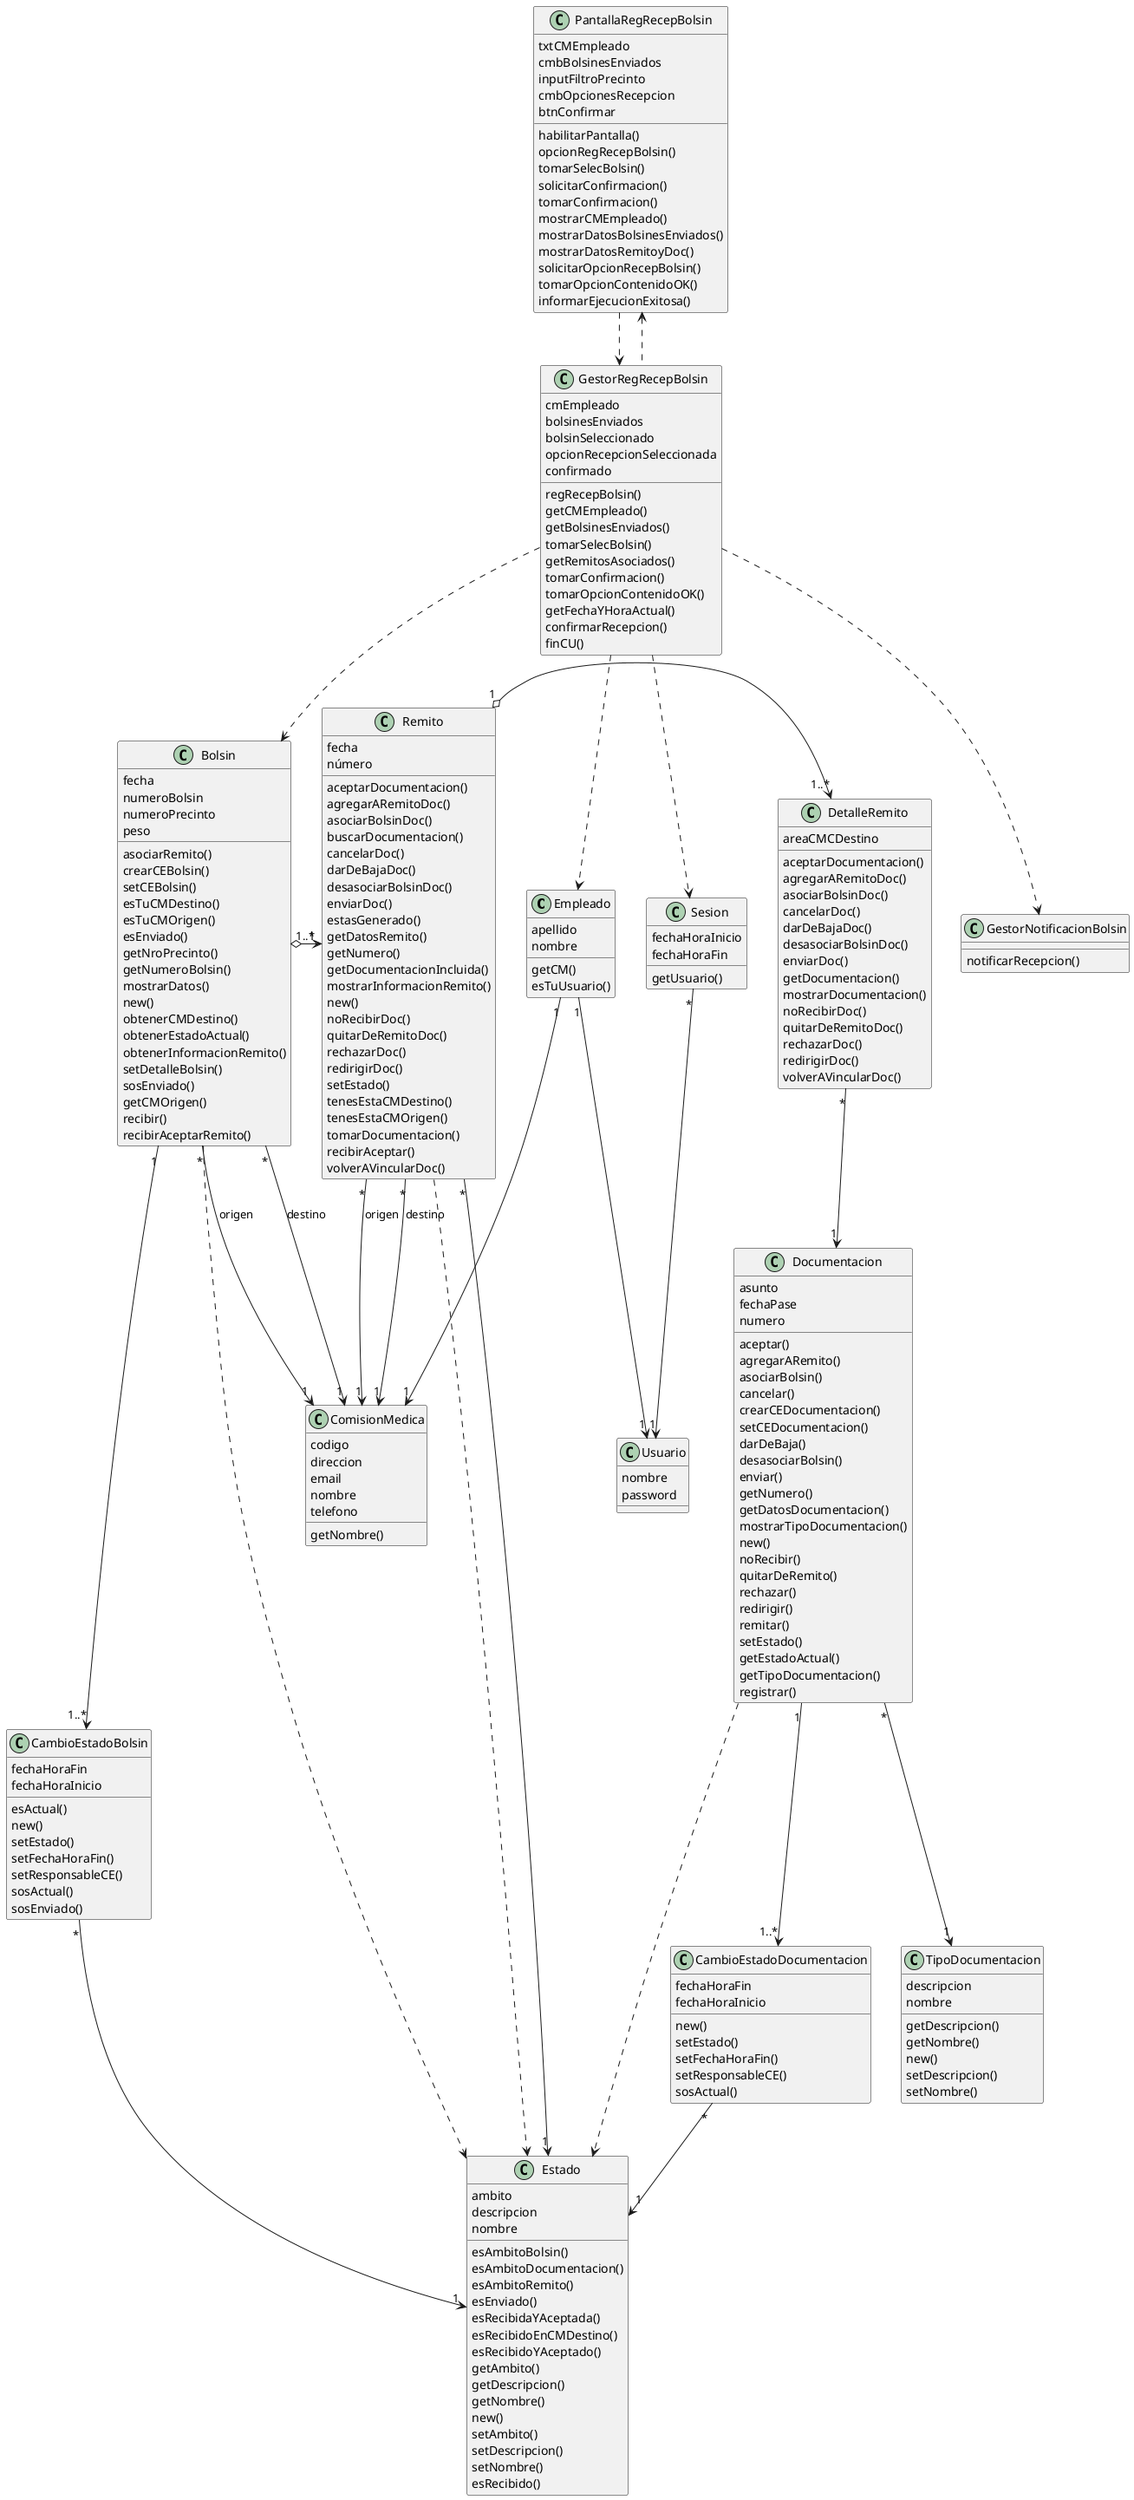
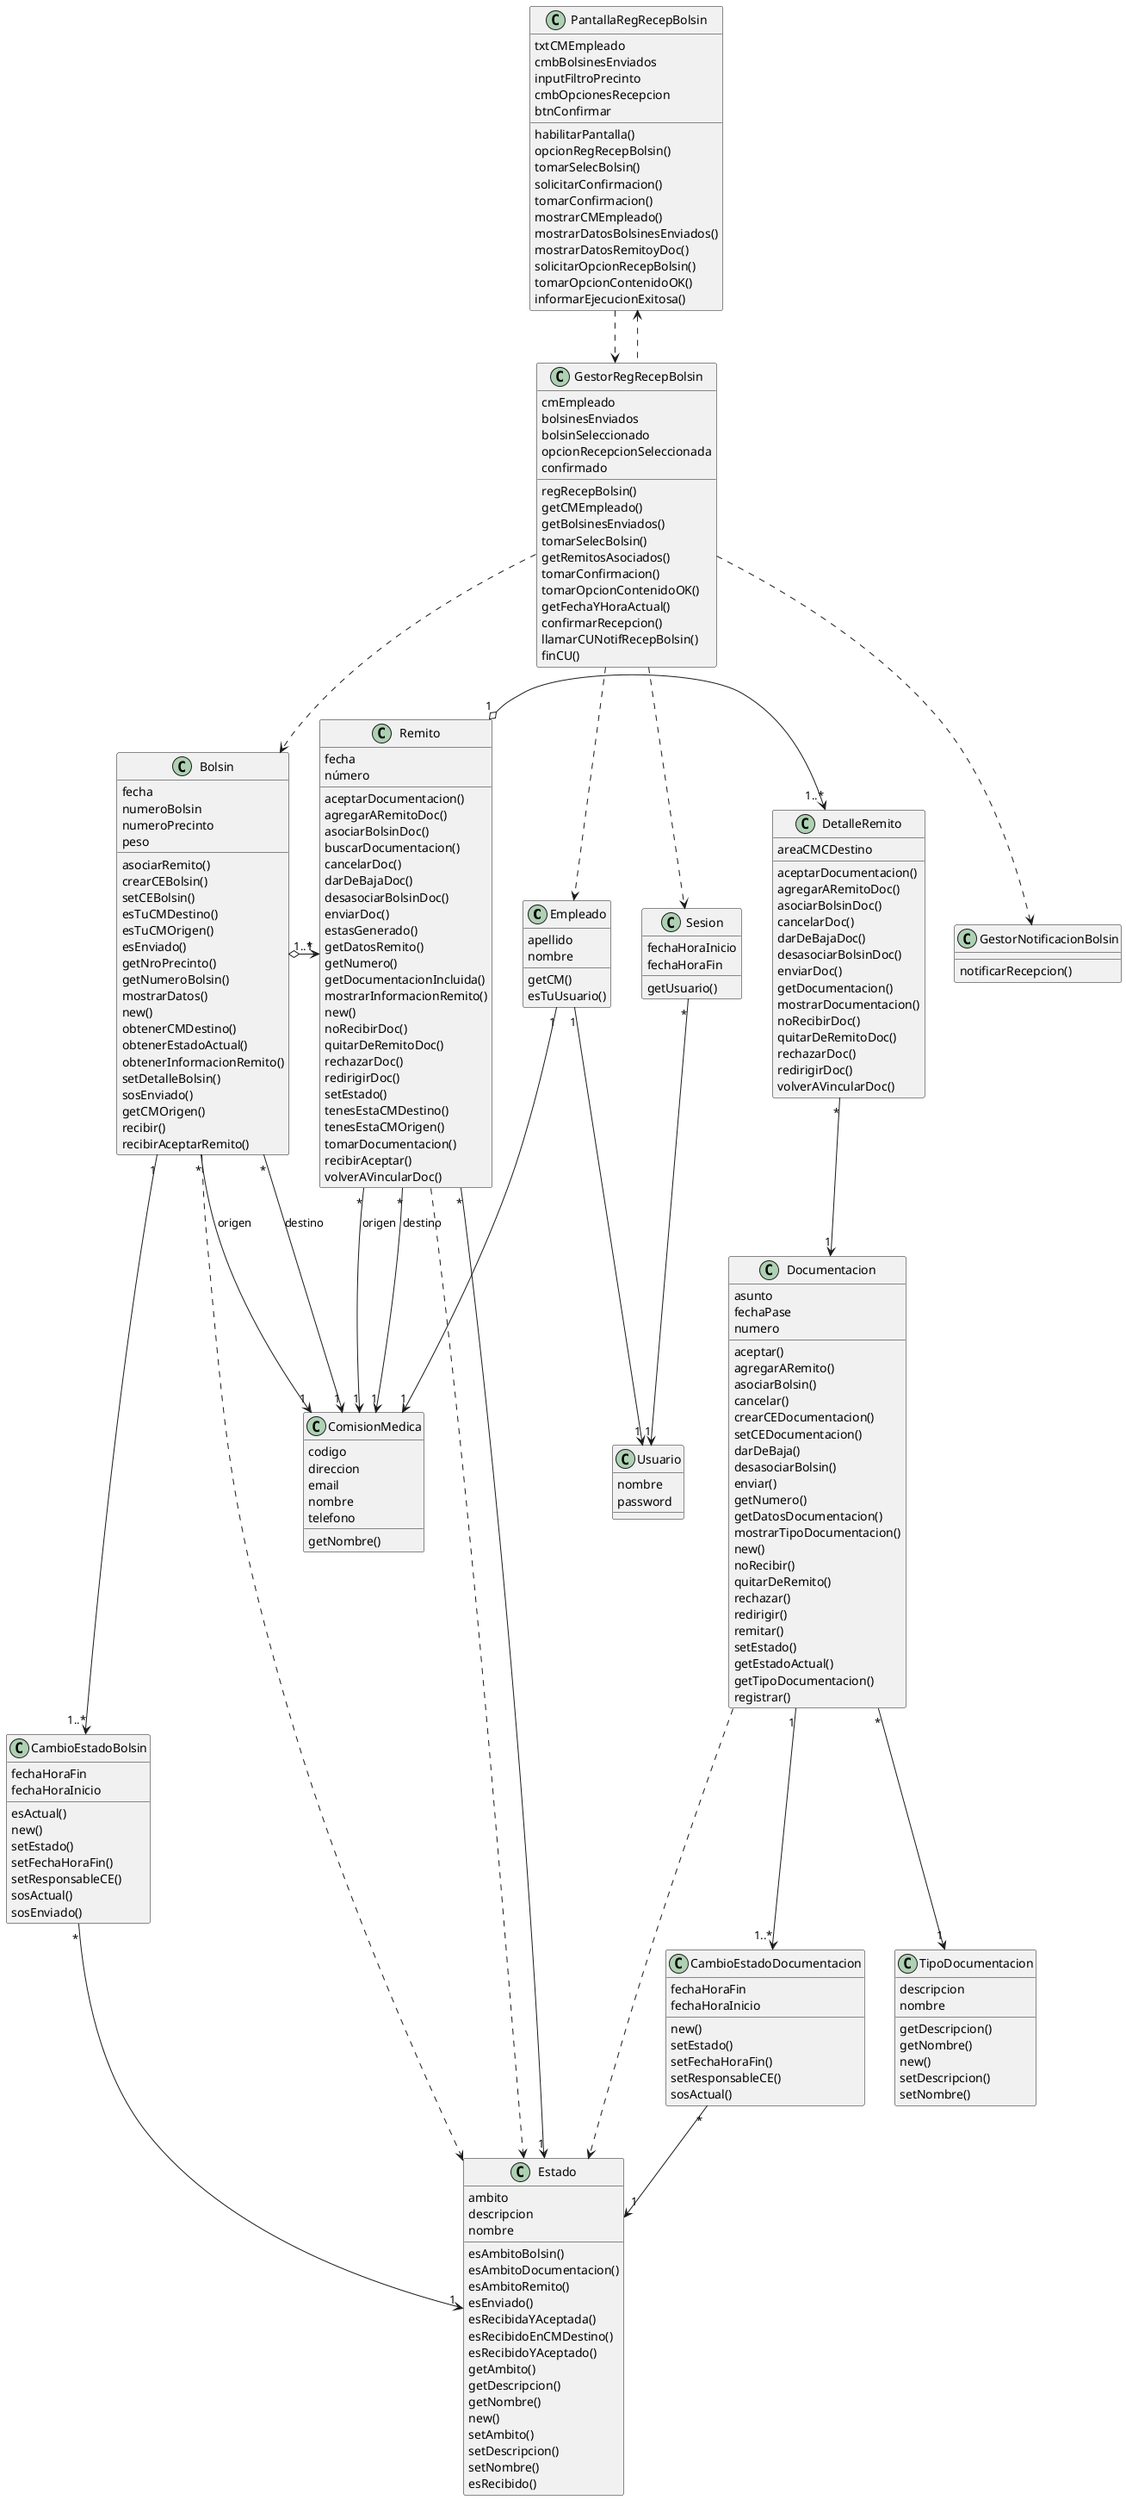
@startuml vista-analisis

class Empleado {
  apellido
  nombre
  getCM()
  esTuUsuario()
}

class Usuario {
  nombre
  password
}

class Sesion {
  fechaHoraInicio
  fechaHoraFin
  getUsuario()
}

class GestorRegRecepBolsin {
  cmEmpleado
  bolsinesEnviados
  bolsinSeleccionado
  opcionRecepcionSeleccionada
  confirmado
  regRecepBolsin()
  getCMEmpleado()
  getBolsinesEnviados()
  tomarSelecBolsin()
  getRemitosAsociados()
  tomarConfirmacion()
  tomarOpcionContenidoOK()
  getFechaYHoraActual()
  confirmarRecepcion()
+   llamarCUNotifRecepBolsin()
  finCU()
}

class PantallaRegRecepBolsin {
  txtCMEmpleado
  cmbBolsinesEnviados
  inputFiltroPrecinto
  cmbOpcionesRecepcion
  btnConfirmar
  habilitarPantalla()
  opcionRegRecepBolsin()
  tomarSelecBolsin()
  solicitarConfirmacion()
  tomarConfirmacion()
  mostrarCMEmpleado()
  mostrarDatosBolsinesEnviados()
  mostrarDatosRemitoyDoc()
  solicitarOpcionRecepBolsin()
  tomarOpcionContenidoOK()
  informarEjecucionExitosa()
}

class GestorNotificacionBolsin {
  notificarRecepcion()
}

class ComisionMedica {
  codigo
  direccion
  email
  nombre
  telefono
  getNombre()
}

class Bolsin {
  fecha
  numeroBolsin
  numeroPrecinto
  peso
  asociarRemito()
  crearCEBolsin()
  setCEBolsin()
  esTuCMDestino()
  esTuCMOrigen()
  esEnviado()
  getNroPrecinto()
  getNumeroBolsin()
  mostrarDatos()
  new()
  obtenerCMDestino()
  obtenerEstadoActual()
  obtenerInformacionRemito()
  setDetalleBolsin()
  sosEnviado()
  getCMOrigen()
  recibir()
  recibirAceptarRemito()
}

class CambioEstadoBolsin {
  fechaHoraFin
  fechaHoraInicio
  esActual()
  new()
  setEstado()
  setFechaHoraFin()
  setResponsableCE()
  sosActual()
  sosEnviado()
}

class Estado {
  ambito
  descripcion
  nombre
  esAmbitoBolsin()
  esAmbitoDocumentacion()
  esAmbitoRemito()
  esEnviado()
  esRecibidaYAceptada()
  esRecibidoEnCMDestino()
  esRecibidoYAceptado()
  getAmbito()
  getDescripcion()
  getNombre()
  new()
  setAmbito()
  setDescripcion()
  setNombre()
  esRecibido()
}

class Remito {
  fecha
  número
  aceptarDocumentacion()
  agregarARemitoDoc()
  asociarBolsinDoc()
  buscarDocumentacion()
  cancelarDoc()
  darDeBajaDoc()
  desasociarBolsinDoc()
  enviarDoc()
  estasGenerado()
  getDatosRemito()
  getNumero()
  getDocumentacionIncluida()
  mostrarInformacionRemito()
  new()
  noRecibirDoc()
  quitarDeRemitoDoc()
  rechazarDoc()
  redirigirDoc()
  setEstado()
  tenesEstaCMDestino()
  tenesEstaCMOrigen()
  tomarDocumentacion()
  recibirAceptar()
  volverAVincularDoc()
}

class DetalleRemito {
  areaCMCDestino
  aceptarDocumentacion()
  agregarARemitoDoc()
  asociarBolsinDoc()
  cancelarDoc()
  darDeBajaDoc()
  desasociarBolsinDoc()
  enviarDoc()
  getDocumentacion()
  mostrarDocumentacion()
  noRecibirDoc()
  quitarDeRemitoDoc()
  rechazarDoc()
  redirigirDoc()
  volverAVincularDoc()
}

class Documentacion {
  asunto
  fechaPase
  numero
  aceptar()
  agregarARemito()
  asociarBolsin()
  cancelar()
  crearCEDocumentacion()
  setCEDocumentacion()
  darDeBaja()
  desasociarBolsin()
  enviar()
  getNumero()
  getDatosDocumentacion()
  mostrarTipoDocumentacion()
  new()
  noRecibir()
  quitarDeRemito()
  rechazar()
  redirigir()
  remitar()
  setEstado()
  getEstadoActual()
  getTipoDocumentacion()
  registrar()
}

class CambioEstadoDocumentacion {
  fechaHoraFin
  fechaHoraInicio
  new()
  setEstado()
  setFechaHoraFin()
  setResponsableCE()
  sosActual()
}

class TipoDocumentacion {
  descripcion
  nombre
  getDescripcion()
  getNombre()
  new()
  setDescripcion()
  setNombre()
}

PantallaRegRecepBolsin ..> GestorRegRecepBolsin
PantallaRegRecepBolsin <.. GestorRegRecepBolsin
GestorRegRecepBolsin ..> Sesion
GestorRegRecepBolsin ..> Empleado
GestorRegRecepBolsin ..> Bolsin
GestorRegRecepBolsin ..> GestorNotificacionBolsin
Bolsin ..> Estado
Remito ..> Estado
Documentacion ..> Estado
Sesion "*" --> "1" Usuario
Empleado "1" --> "1" Usuario
Empleado "1" --> "1" ComisionMedica
Bolsin "*" --> "1" ComisionMedica : origen
Bolsin "*" --> "1" ComisionMedica : destino
Remito "*" --> "1" ComisionMedica : origen
Remito "*" --> "1" ComisionMedica : destino
Bolsin "1" --> "1..*" CambioEstadoBolsin
CambioEstadoBolsin "*" --> "1" Estado
Bolsin "1..*" o-> "1" Remito
Remito "*" --> "1" Estado
Remito "1" o-> "1..*" DetalleRemito
DetalleRemito "*" --> "1" Documentacion
Documentacion "*" --> "1" TipoDocumentacion
Documentacion "1" --> "1..*" CambioEstadoDocumentacion
CambioEstadoDocumentacion "*" --> "1" Estado

@enduml
